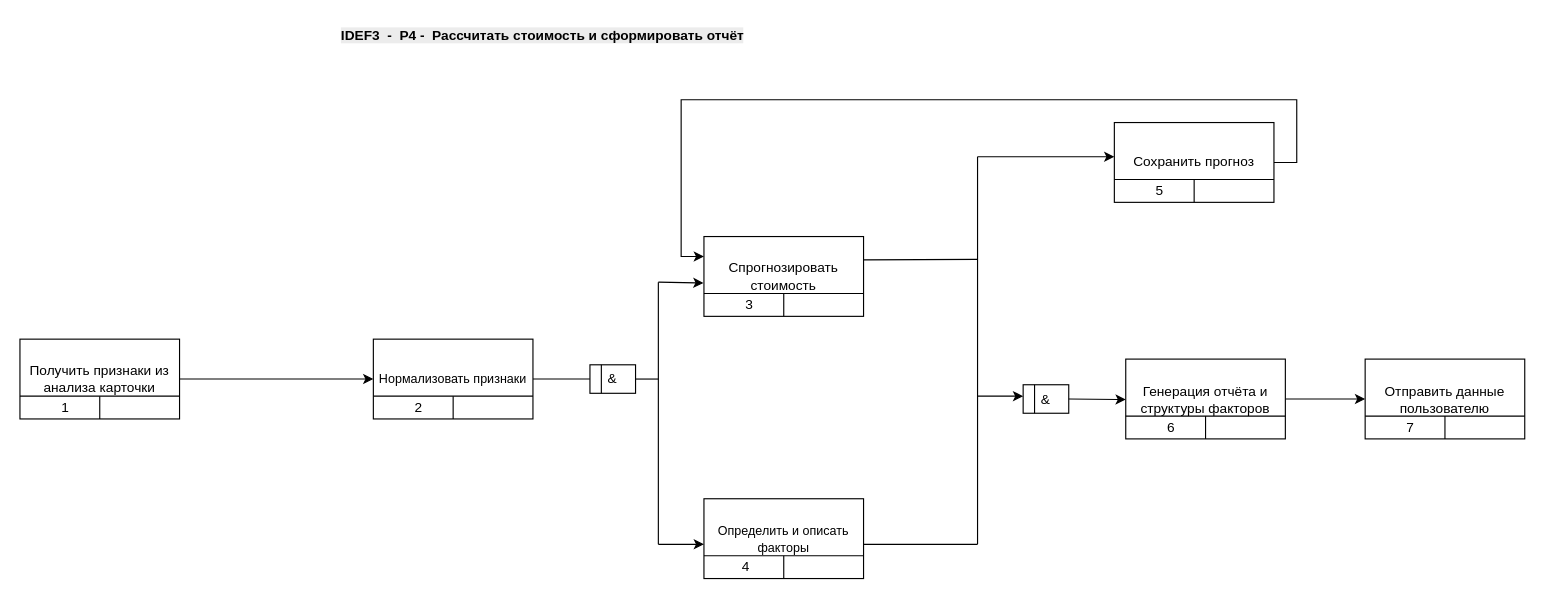
Before: src/diagrams/IDEF3/IDEF3_P4.drawio in HeadMaxResh/system-engineering-playbook, a draw.io diagram. Source tidied: cells renumbered, new cells numbered last; positions are measured from the earlier drawing's top-left corner, leaving out a move shared by most shapes. Both pictures are drawn from the tidied source at 114%, with x=0, y=0 at pixel (19, 19).
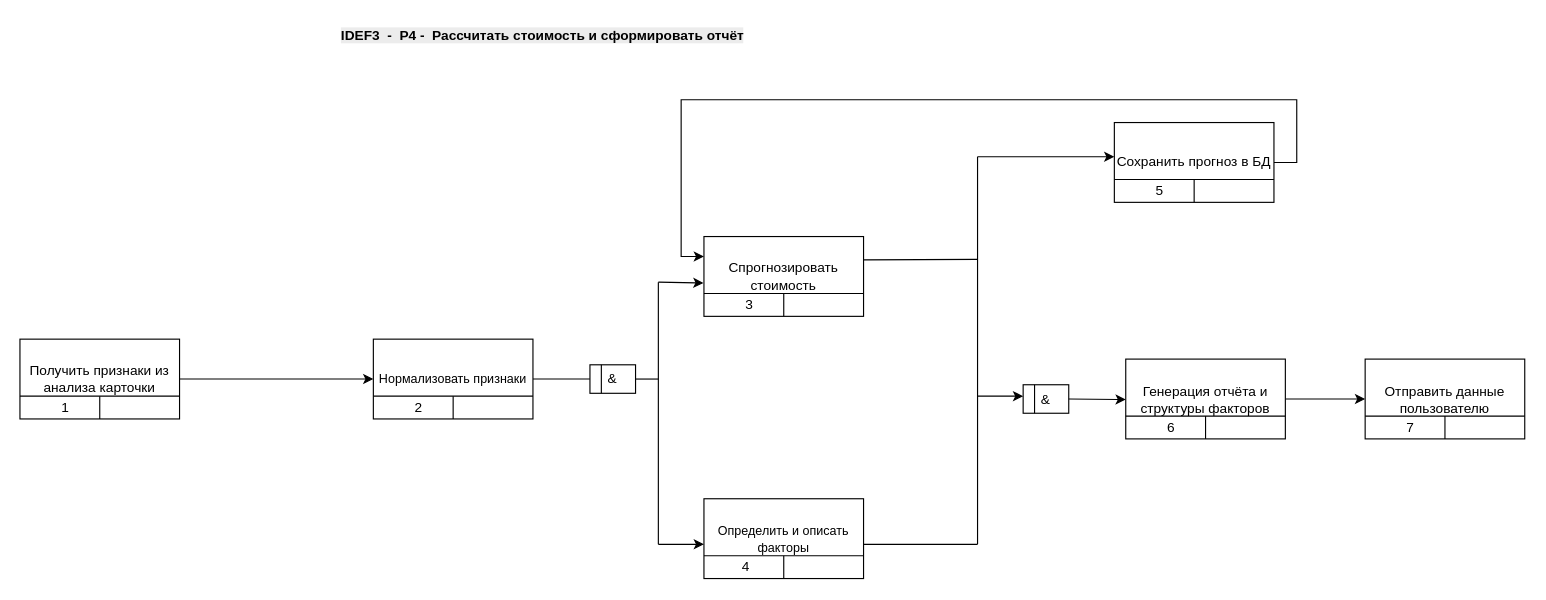
The same diagram, later.

Commit message:
Изменил описание блока процесса в IDEF3_P4

The edit, as a diff of the source:
```diff
@@
-    <mxCell id="45" value="Сохранить прогноз" style="rounded=0;whiteSpace=wrap;html=1;" parent="1" vertex="1">
+    <mxCell id="45" value="Сохранить прогноз в БД" style="rounded=0;whiteSpace=wrap;html=1;" parent="1" vertex="1">
       <mxGeometry x="960" y="90" width="140" height="70" as="geometry" />
     </mxCell>
```
